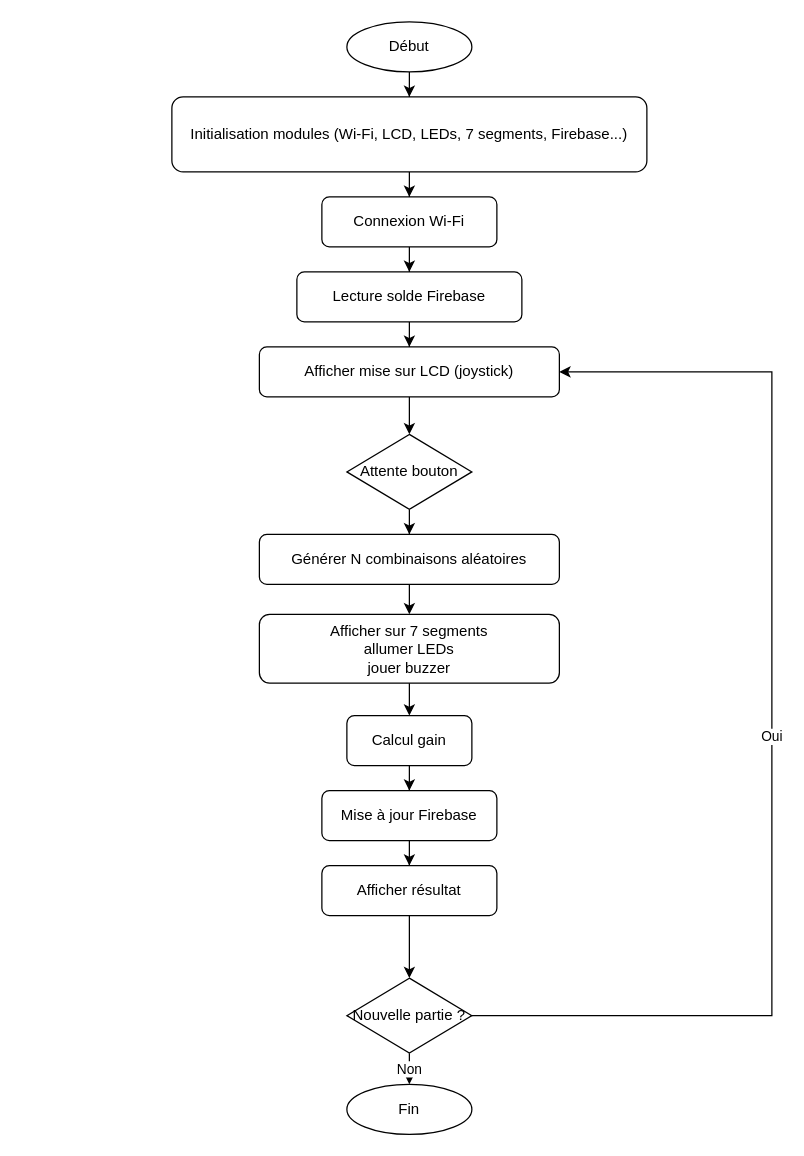
Above: Projet-Elec-2025/ordinogramme.drawio in Akanaifu/Dev-Web-2024 (draw.io), before the change. Source tidied: cells renumbered, new cells numbered last; positions are measured from the earlier drawing's top-left corner, leaving out a move shared by most shapes. Both pictures are drawn from the tidied source at 125%, with x=0, y=0 at pixel (171, 21).
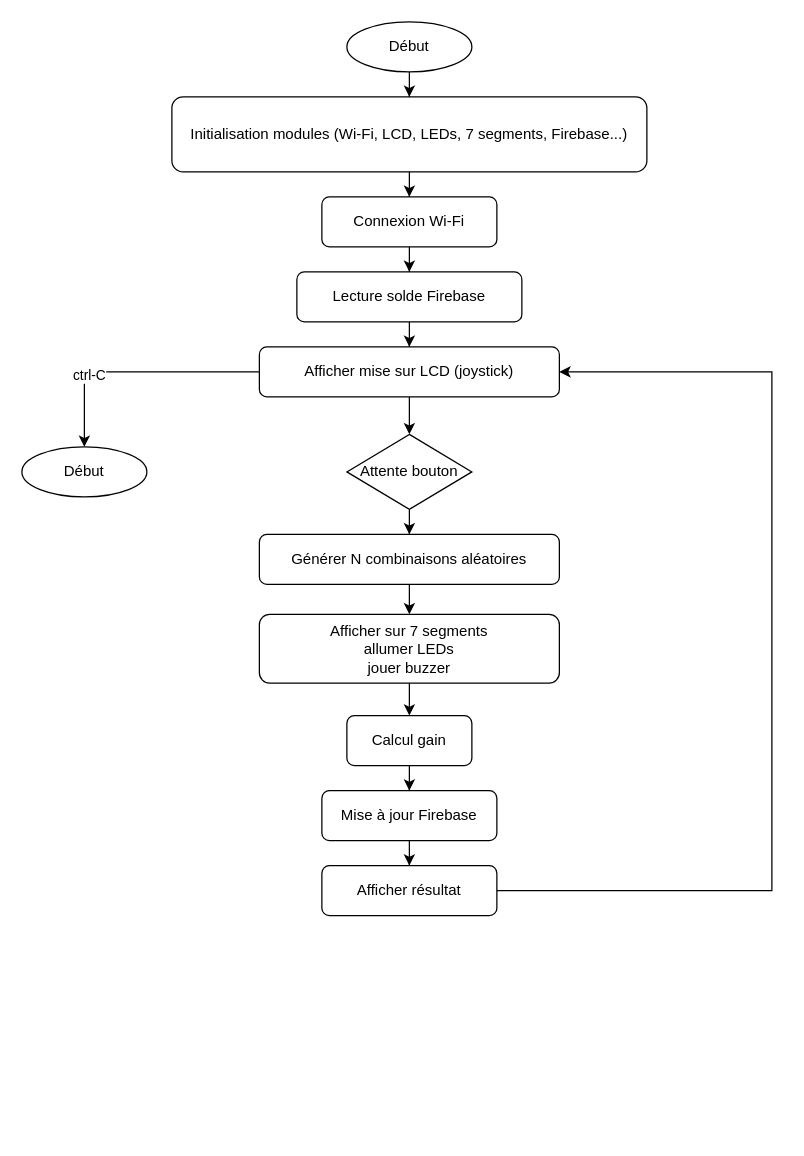
The same diagram, later.

The change refers to these unchanged cells:
```xml
<mxCell id="6" value="Afficher mise sur LCD (joystick)" style="rounded=1;whiteSpace=wrap;html=1;" parent="1" vertex="1">
  <mxGeometry x="70" y="260" width="240" height="40" as="geometry" />
</mxCell>
<mxCell id="12" value="Afficher résultat" style="rounded=1;whiteSpace=wrap;html=1;" parent="1" vertex="1">
  <mxGeometry x="120" y="675" width="140" height="40" as="geometry" />
</mxCell>
```

Change to the diagram source:
```diff
@@
+    <mxCell id="27" style="edgeStyle=none;html=1;exitX=0;exitY=0.5;exitDx=0;exitDy=0;entryX=0.5;entryY=0;entryDx=0;entryDy=0;" parent="1" edge="1" source="6" target="29">
+      <mxGeometry relative="1" as="geometry">
+        <Array as="points">
+          <mxPoint x="-70" y="280" />
+        </Array>
+      </mxGeometry>
+    </mxCell>
+    <mxCell id="28" value="ctrl-C" style="edgeLabel;html=1;align=center;verticalAlign=middle;" parent="27" vertex="1">
+      <mxGeometry x="0.29" y="-2" relative="1" as="geometry">
+        <mxPoint x="-8" y="4" as="offset" />
+      </mxGeometry>
+    </mxCell>
@@
-    <mxCell id="13" value="Nouvelle partie ?" style="rhombus;whiteSpace=wrap;html=1;" parent="1" vertex="1">
-      <mxGeometry x="140" y="765" width="100" height="60" as="geometry" />
-    </mxCell>
-    <mxCell id="14" value="Fin" style="ellipse;whiteSpace=wrap;html=1;" parent="1" vertex="1">
-      <mxGeometry x="140" y="850" width="100" height="40" as="geometry" />
-    </mxCell>
@@
-    <mxCell id="25" style="edgeStyle=orthogonalEdgeStyle;rounded=0;jettySize=auto;html=1;" parent="1" edge="1" source="12" target="13">
-      <mxGeometry relative="1" as="geometry" />
-    </mxCell>
-    <mxCell id="26" value="Oui" style="edgeStyle=orthogonalEdgeStyle;rounded=0;jettySize=auto;html=1;entryX=1;entryY=0.5;entryDx=0;entryDy=0;" parent="1" edge="1" source="13" target="6">
+    <mxCell id="26" style="edgeStyle=orthogonalEdgeStyle;rounded=0;jettySize=auto;html=1;entryX=1;entryY=0.5;entryDx=0;entryDy=0;exitX=1;exitY=0.5;exitDx=0;exitDy=0;" parent="1" edge="1" source="12" target="6">
       <mxGeometry relative="1" as="geometry">
         <Array as="points">
+          <mxPoint x="480" y="695" />
           <mxPoint x="480" y="280" />
         </Array>
       </mxGeometry>
     </mxCell>
-    <mxCell id="27" value="Non" style="edgeStyle=orthogonalEdgeStyle;rounded=0;jettySize=auto;html=1;" parent="1" edge="1" source="13" target="14">
-      <mxGeometry relative="1" as="geometry">
-        <Array as="points">
-          <mxPoint x="200" y="800" />
-          <mxPoint x="200" y="800" />
-        </Array>
-      </mxGeometry>
-    </mxCell>
+    <mxCell id="29" value="Début" style="ellipse;whiteSpace=wrap;html=1;" parent="1" vertex="1">
+      <mxGeometry x="-120" y="340" width="100" height="40" as="geometry" />
+    </mxCell>
```
